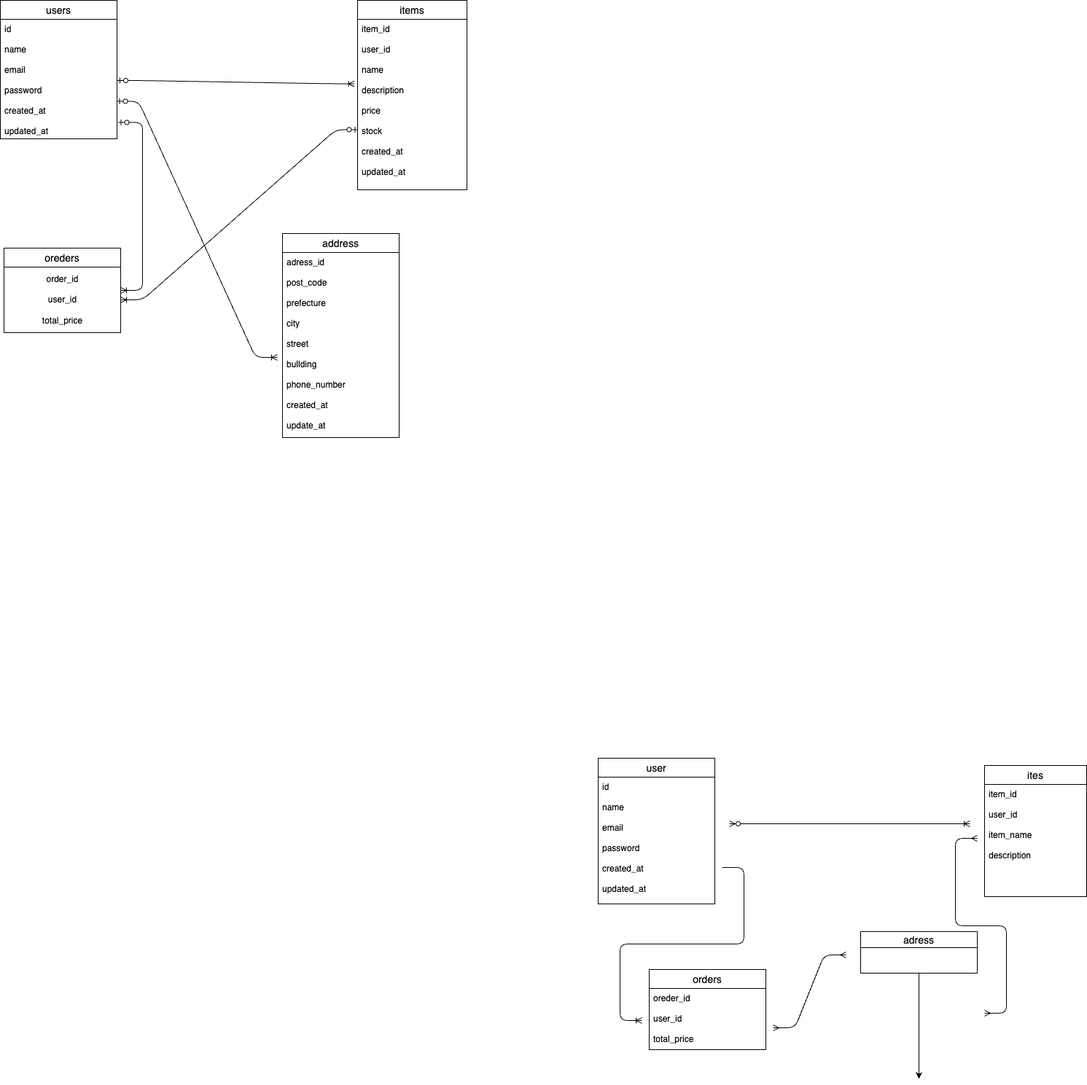
This is drow/furima.drawio.png from takashi14-07/furima-41447, a draw.io export, as it was before one commit. Source tidied: cells renumbered, new cells last; positions are measured from the earlier drawing's top-left corner, leaving out a move shared by most shapes.
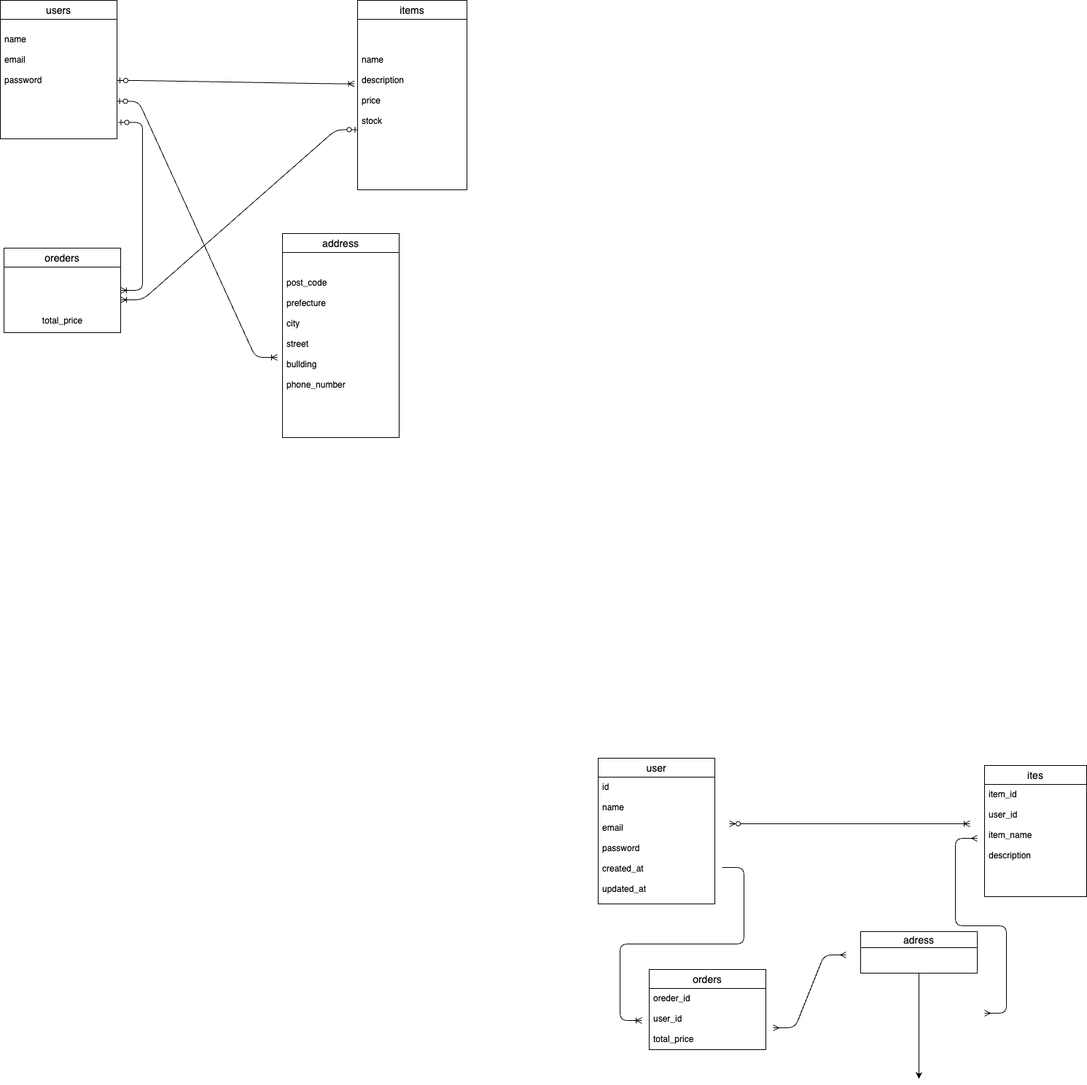
The same diagram one commit later.

Change to the diagram source:
```diff
@@ -61,25 +61,25 @@
     <mxCell id="15" value="users" style="swimlane;fontStyle=0;horizontal=1;startSize=26;align=center;fontSize=14;" parent="1" vertex="1">
       <mxGeometry width="160" height="190" as="geometry" />
     </mxCell>
-    <mxCell id="16" value="id&#10;&#10;name&#10;&#10;email&#10;&#10;password&#10;&#10;created_at&#10;&#10;updated_at&#10;" style="text;strokeColor=none;fillColor=none;spacingLeft=4;spacingRight=4;overflow=hidden;points=[[0,0.5],[1,0.5]];portConstraint=eastwest;fontSize=12;" parent="15" vertex="1">
+    <mxCell id="16" value="&#10;name&#10;&#10;email&#10;&#10;password&#10;&#10;&#10;&#10;&#10;" style="text;strokeColor=none;fillColor=none;spacingLeft=4;spacingRight=4;overflow=hidden;points=[[0,0.5],[1,0.5]];portConstraint=eastwest;fontSize=12;" parent="15" vertex="1">
       <mxGeometry y="26" width="160" height="164" as="geometry" />
     </mxCell>
     <mxCell id="17" value="items" style="swimlane;fontStyle=0;horizontal=1;startSize=26;align=center;fontSize=14;" parent="1" vertex="1">
       <mxGeometry x="490" width="150" height="260" as="geometry" />
     </mxCell>
-    <mxCell id="18" value="item_id&#10;&#10;user_id&#10;&#10;name&#10;&#10;description&#10;&#10;price&#10;&#10;stock&#10;&#10;created_at&#10;&#10;updated_at&#10;" style="text;strokeColor=none;fillColor=none;spacingLeft=4;spacingRight=4;overflow=hidden;points=[[0,0.5],[1,0.5]];portConstraint=eastwest;fontSize=12;" parent="17" vertex="1">
+    <mxCell id="18" value="&#10;&#10;&#10;name&#10;&#10;description&#10;&#10;price&#10;&#10;stock&#10;&#10;" style="text;strokeColor=none;fillColor=none;spacingLeft=4;spacingRight=4;overflow=hidden;points=[[0,0.5],[1,0.5]];portConstraint=eastwest;fontSize=12;" parent="17" vertex="1">
       <mxGeometry y="26" width="150" height="234" as="geometry" />
     </mxCell>
     <mxCell id="19" value="oreders" style="swimlane;fontStyle=0;horizontal=1;startSize=26;align=center;fontSize=14;" parent="1" vertex="1">
       <mxGeometry x="5" y="340" width="160" height="116" as="geometry" />
     </mxCell>
-    <mxCell id="20" value="order_id&lt;br&gt;&lt;br&gt;user_id&lt;br&gt;&lt;br&gt;total_price" style="text;html=1;align=center;verticalAlign=middle;points=[];strokeColor=none;fillColor=none;" parent="19" vertex="1">
+    <mxCell id="20" value="&lt;br&gt;&lt;br&gt;&lt;br&gt;&lt;br&gt;total_price" style="text;html=1;align=center;verticalAlign=middle;points=[];strokeColor=none;fillColor=none;" parent="19" vertex="1">
       <mxGeometry y="26" width="160" height="90" as="geometry" />
     </mxCell>
     <mxCell id="21" value="address" style="swimlane;fontStyle=0;horizontal=1;startSize=26;align=center;fontSize=14;" parent="1" vertex="1">
       <mxGeometry x="387" y="320" width="160" height="280" as="geometry" />
     </mxCell>
-    <mxCell id="22" value="adress_id&#10;&#10;post_code&#10;&#10;prefecture&#10;&#10;city&#10;&#10;street&#10;&#10;bullding&#10;&#10;phone_number&#10;&#10;created_at&#10;&#10;update_at&#10;&#10;" style="text;strokeColor=none;fillColor=none;spacingLeft=4;spacingRight=4;overflow=hidden;fontSize=12;" parent="21" vertex="1">
+    <mxCell id="22" value="&#10;&#10;post_code&#10;&#10;prefecture&#10;&#10;city&#10;&#10;street&#10;&#10;bullding&#10;&#10;phone_number&#10;&#10;&#10;" style="text;strokeColor=none;fillColor=none;spacingLeft=4;spacingRight=4;overflow=hidden;fontSize=12;" parent="21" vertex="1">
       <mxGeometry y="26" width="160" height="254" as="geometry" />
     </mxCell>
     <mxCell id="23" style="edgeStyle=entityRelationEdgeStyle;fontSize=12;html=1;endArrow=ERoneToMany;startArrow=ERzeroToOne;entryX=-0.03;entryY=0.378;entryDx=0;entryDy=0;entryPerimeter=0;" parent="1" edge="1" target="18">
```
